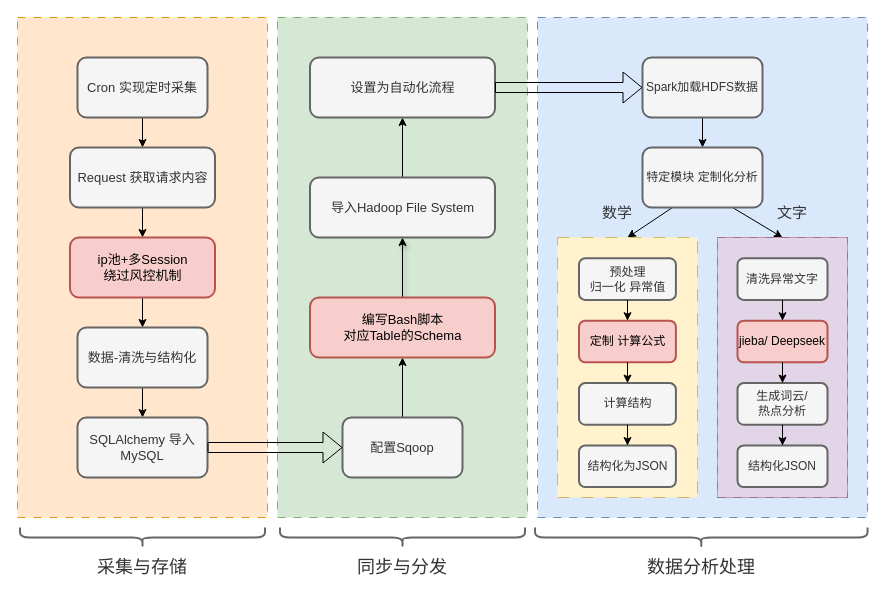
Before: 数据分析示意图.drawio in yizhezhixing/yizhezhixing, a draw.io diagram. Source tidied: cells renumbered, new cells numbered last; positions are measured from the earlier drawing's top-left corner, leaving out a move shared by most shapes. Both pictures are drawn from the tidied source at 100%, with x=0, y=0 at pixel (17, 17).
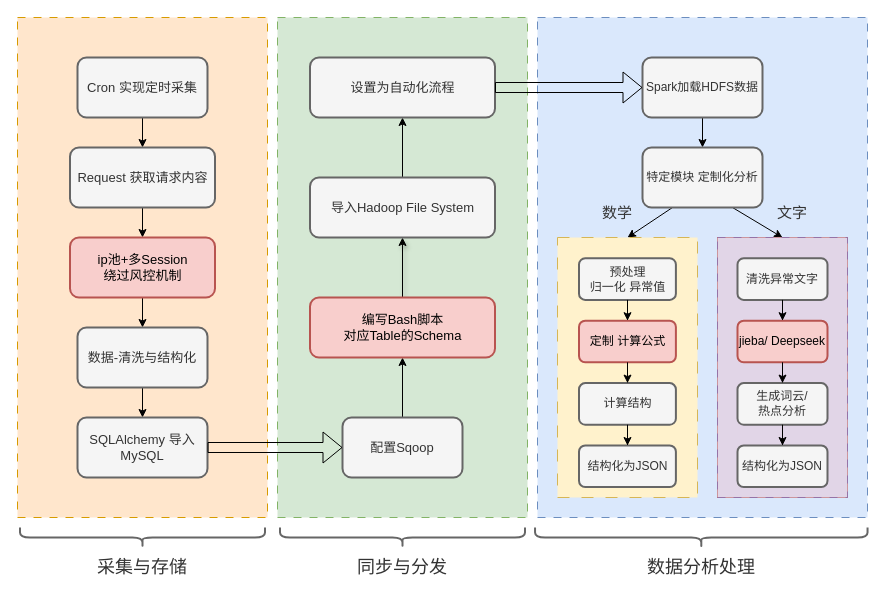
The same diagram, later.

Commit message (it also covers changes not shown here):
更新数据分析示意图.drawio

Unchanged cells that the change refers to:
```xml
<mxCell id="41" style="group;fillColor=#f8cecc;strokeColor=#b85450;" parent="1" vertex="1">
  <mxGeometry x="700" y="220" width="130" height="260" as="geometry" />
</mxCell>
```

The edit, as a diff of the source:
```diff
@@
-    <mxCell id="46" value="结构化JSON" style="rounded=1;whiteSpace=wrap;html=1;strokeColor=#666666;strokeWidth=2;align=center;verticalAlign=middle;fontFamily=Helvetica;fontSize=12;fontColor=#333333;fillColor=#f5f5f5;" parent="41" vertex="1">
+    <mxCell id="46" value="结构化为JSON" style="rounded=1;whiteSpace=wrap;html=1;strokeColor=#666666;strokeWidth=2;align=center;verticalAlign=middle;fontFamily=Helvetica;fontSize=12;fontColor=#333333;fillColor=#f5f5f5;" parent="41" vertex="1">
       <mxGeometry x="20" y="208" width="90" height="41.6" as="geometry" />
     </mxCell>
```
